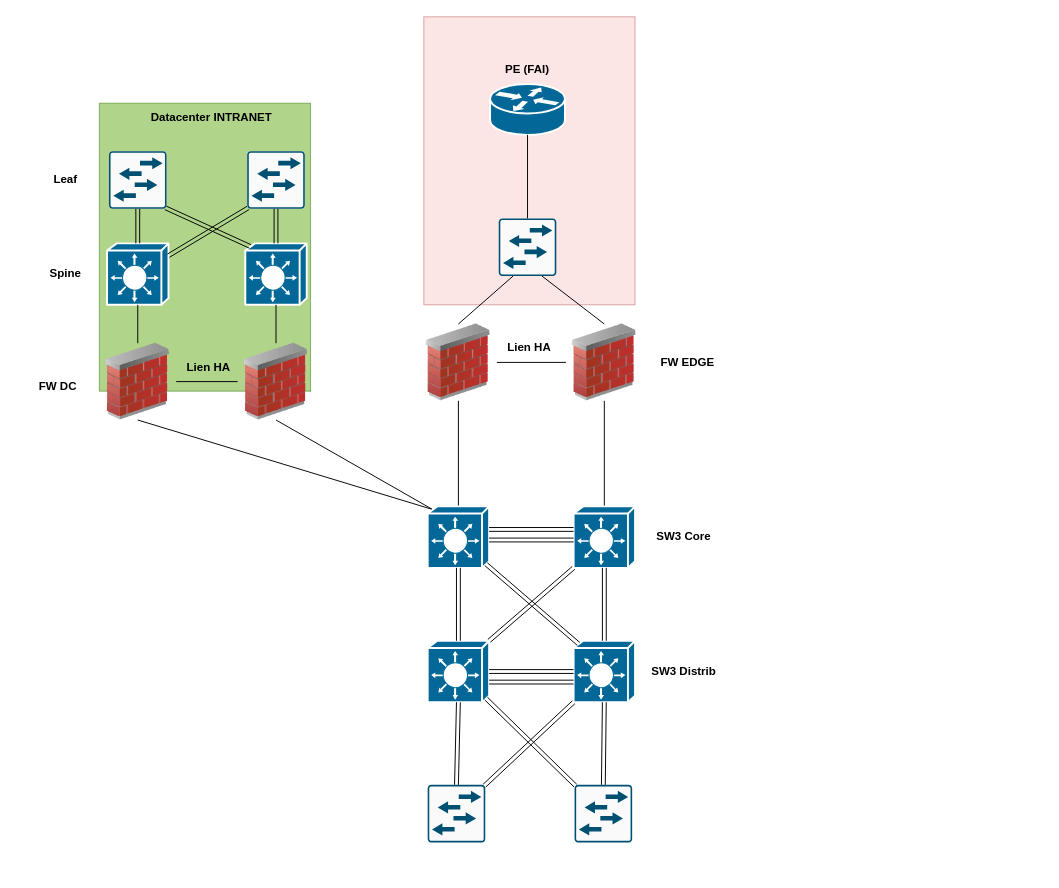
Before: page "Cas simple" (2 of 3) of ARCHI.drawio in egoMasa/HomeLab, a draw.io diagram. Source tidied: cells renumbered, new cells numbered last; positions are measured from the earlier drawing's top-left corner, leaving out a move shared by most shapes. Both pictures are drawn from the tidied source at 96%, with x=0, y=0 at pixel (16, 16).
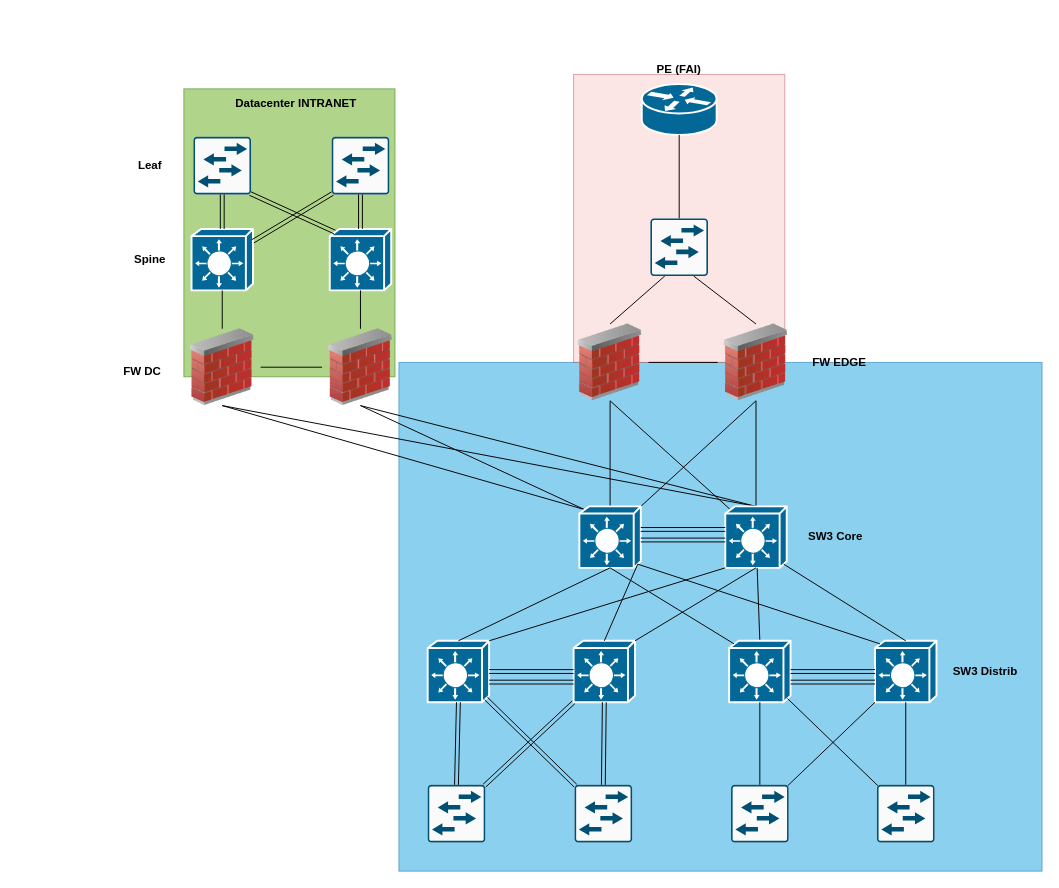
After the change.

Commit message (it also covers changes not shown here):
Mettre à jour ARCHI.drawio

Unchanged cells that the change refers to:
```xml
<mxCell id="18" style="shape=mxgraph.cisco.switches.layer_3_switch;sketch=0;html=1;dashed=0;fillColor=#036897;strokeColor=#ffffff;strokeWidth=2;verticalLabelPosition=bottom;verticalAlign=top;align=center;outlineConnect=0;" parent="1" vertex="1">
  <mxGeometry x="428" y="650" width="64" height="64" as="geometry" />
</mxCell>
<mxCell id="19" style="shape=mxgraph.cisco.switches.layer_3_switch;sketch=0;html=1;dashed=0;fillColor=#036897;strokeColor=#ffffff;strokeWidth=2;verticalLabelPosition=bottom;verticalAlign=top;align=center;outlineConnect=0;" parent="1" vertex="1">
  <mxGeometry x="580" y="650" width="64" height="64" as="geometry" />
</mxCell>
```

Diff of the diagram source:
```diff
@@
+    <mxCell id="57" style="whiteSpace=wrap;html=1;fillColor=#1ba1e2;strokeColor=#006EAF;opacity=50;fontColor=#ffffff;" parent="1" vertex="1">
+      <mxGeometry x="398" y="360" width="670" height="530" as="geometry" />
+    </mxCell>
     <mxCell id="2" style="whiteSpace=wrap;html=1;fillColor=#60a917;strokeColor=#2D7600;opacity=50;fontColor=#ffffff;" parent="1" vertex="1">
-      <mxGeometry x="86" y="90" width="220" height="300" as="geometry" />
+      <mxGeometry x="174" y="75" width="220" height="300" as="geometry" />
     </mxCell>
     <mxCell id="3" style="whiteSpace=wrap;html=1;fillColor=#f8cecc;strokeColor=#b85450;opacity=50;" parent="1" vertex="1">
-      <mxGeometry x="424" width="220" height="300" as="geometry" />
+      <mxGeometry x="580" y="60" width="220" height="300" as="geometry" />
     </mxCell>
     <mxCell id="4" style="image;html=1;image=img/lib/clip_art/networking/Firewall_02_128x128.png;" parent="1" vertex="1">
-      <mxGeometry x="420" y="320" width="80" height="80" as="geometry" />
+      <mxGeometry x="578" y="320" width="80" height="80" as="geometry" />
     </mxCell>
     <mxCell id="5" style="shape=mxgraph.cisco.routers.router;sketch=0;html=1;dashed=0;fillColor=#036897;strokeColor=#ffffff;strokeWidth=2;verticalLabelPosition=bottom;verticalAlign=top;align=center;outlineConnect=0;" parent="1" vertex="1">
-      <mxGeometry x="493" y="70" width="78" height="53" as="geometry" />
+      <mxGeometry x="651" y="70" width="78" height="53" as="geometry" />
     </mxCell>
@@
+    <mxCell id="58" style="rounded=0;jettySize=auto;html=1;exitX=1;exitY=0;exitDx=0;exitDy=0;exitPerimeter=0;endArrow=none;endFill=0;" parent="1" edge="1" source="9">
+      <mxGeometry relative="1" as="geometry">
+        <mxPoint x="770" y="400" as="targetPoint" />
+      </mxGeometry>
+    </mxCell>
     <mxCell id="9" style="shape=mxgraph.cisco.switches.layer_3_switch;sketch=0;html=1;dashed=0;fillColor=#036897;strokeColor=#ffffff;strokeWidth=2;verticalLabelPosition=bottom;verticalAlign=top;align=center;outlineConnect=0;" parent="1" vertex="1">
-      <mxGeometry x="428" y="510" width="64" height="64" as="geometry" />
+      <mxGeometry x="586" y="510" width="64" height="64" as="geometry" />
     </mxCell>
@@
+    <mxCell id="59" style="rounded=0;jettySize=auto;html=1;exitX=0.08;exitY=0.05;exitDx=0;exitDy=0;exitPerimeter=0;entryX=0.5;entryY=1;entryDx=0;entryDy=0;endArrow=none;endFill=0;" parent="1" edge="1" source="11" target="4">
+      <mxGeometry relative="1" as="geometry" />
+    </mxCell>
+    <mxCell id="60" style="rounded=0;jettySize=auto;html=1;exitX=0.5;exitY=0;exitDx=0;exitDy=0;exitPerimeter=0;entryX=0.5;entryY=1;entryDx=0;entryDy=0;endArrow=none;endFill=0;" parent="1" edge="1" source="11" target="49">
+      <mxGeometry relative="1" as="geometry" />
+    </mxCell>
+    <mxCell id="61" style="rounded=0;jettySize=auto;html=1;exitX=0.5;exitY=0;exitDx=0;exitDy=0;exitPerimeter=0;entryX=0.5;entryY=1;entryDx=0;entryDy=0;endArrow=none;endFill=0;" parent="1" edge="1" source="11" target="51">
+      <mxGeometry relative="1" as="geometry" />
+    </mxCell>
     <mxCell id="11" style="shape=mxgraph.cisco.switches.layer_3_switch;sketch=0;html=1;dashed=0;fillColor=#036897;strokeColor=#ffffff;strokeWidth=2;verticalLabelPosition=bottom;verticalAlign=top;align=center;outlineConnect=0;" parent="1" vertex="1">
-      <mxGeometry x="580" y="510" width="64" height="64" as="geometry" />
+      <mxGeometry x="738" y="510" width="64" height="64" as="geometry" />
     </mxCell>
@@
     <mxCell id="15" style="image;html=1;image=img/lib/clip_art/networking/Firewall_02_128x128.png;" parent="1" vertex="1">
-      <mxGeometry x="572" y="320" width="80" height="80" as="geometry" />
+      <mxGeometry x="730" y="320" width="80" height="80" as="geometry" />
     </mxCell>
     <mxCell id="16" value="PE (FAI)" style="text;strokeColor=none;align=center;fillColor=none;html=1;verticalAlign=middle;whiteSpace=wrap;rounded=0;fontStyle=1;" parent="1" vertex="1">
-      <mxGeometry x="502" y="40" width="60" height="30" as="geometry" />
+      <mxGeometry x="660" y="40" width="60" height="30" as="geometry" />
     </mxCell>
     <mxCell id="17" style="edgeStyle=orthogonalEdgeStyle;rounded=0;orthogonalLoop=1;jettySize=auto;html=1;exitX=1;exitY=0.5;exitDx=0;exitDy=0;exitPerimeter=0;entryX=0;entryY=0.5;entryDx=0;entryDy=0;entryPerimeter=0;endArrow=none;endFill=0;shape=link;" parent="1" edge="1">
       <mxGeometry relative="1" as="geometry">
-        <mxPoint x="492" y="545" as="sourcePoint" />
-        <mxPoint x="580" y="545" as="targetPoint" />
+        <mxPoint x="650" y="545" as="sourcePoint" />
+        <mxPoint x="738" y="545" as="targetPoint" />
       </mxGeometry>
     </mxCell>
@@
     <mxCell id="23" style="sketch=0;points=[[0.015,0.015,0],[0.985,0.015,0],[0.985,0.985,0],[0.015,0.985,0],[0.25,0,0],[0.5,0,0],[0.75,0,0],[1,0.25,0],[1,0.5,0],[1,0.75,0],[0.75,1,0],[0.5,1,0],[0.25,1,0],[0,0.75,0],[0,0.5,0],[0,0.25,0]];verticalLabelPosition=bottom;html=1;verticalAlign=top;align=center;shape=mxgraph.cisco19.rect;prIcon=l2_switch;fillColor=#FAFAFA;strokeColor=#005073;" parent="1" vertex="1">
-      <mxGeometry x="502" y="210" width="60" height="60" as="geometry" />
+      <mxGeometry x="660" y="210" width="60" height="60" as="geometry" />
     </mxCell>
-    <mxCell id="24" value="Lien HA" style="text;strokeColor=none;align=center;fillColor=none;html=1;verticalAlign=middle;whiteSpace=wrap;rounded=0;fontStyle=1;" parent="1" vertex="1">
-      <mxGeometry x="504" y="330" width="60" height="30" as="geometry" />
-    </mxCell>
     <mxCell id="25" style="edgeStyle=orthogonalEdgeStyle;rounded=0;orthogonalLoop=1;jettySize=auto;html=1;exitX=1;exitY=0.5;exitDx=0;exitDy=0;exitPerimeter=0;entryX=0;entryY=0.5;entryDx=0;entryDy=0;entryPerimeter=0;endArrow=none;endFill=0;shape=link;" parent="1" edge="1">
       <mxGeometry relative="1" as="geometry">
-        <mxPoint x="492" y="534" as="sourcePoint" />
-        <mxPoint x="580" y="534" as="targetPoint" />
+        <mxPoint x="650" y="534" as="sourcePoint" />
+        <mxPoint x="738" y="534" as="targetPoint" />
       </mxGeometry>
     </mxCell>
-    <mxCell id="26" style="edgeStyle=orthogonalEdgeStyle;rounded=0;jettySize=auto;html=1;exitX=0.5;exitY=0;exitDx=0;exitDy=0;exitPerimeter=0;entryX=0.5;entryY=1;entryDx=0;entryDy=0;entryPerimeter=0;endArrow=none;endFill=0;shape=link;" parent="1" edge="1" source="18" target="9">
+    <mxCell id="26" style="rounded=0;jettySize=auto;html=1;exitX=0.5;exitY=0;exitDx=0;exitDy=0;exitPerimeter=0;entryX=0.5;entryY=1;entryDx=0;entryDy=0;entryPerimeter=0;endArrow=none;endFill=0;" parent="1" edge="1" source="18" target="9">
       <mxGeometry relative="1" as="geometry" />
     </mxCell>
-    <mxCell id="27" style="rounded=0;jettySize=auto;html=1;exitX=1;exitY=0;exitDx=0;exitDy=0;exitPerimeter=0;entryX=0;entryY=1;entryDx=0;entryDy=0;entryPerimeter=0;shape=link;" parent="1" edge="1" source="18" target="11">
+    <mxCell id="27" style="rounded=0;jettySize=auto;html=1;exitX=1;exitY=0;exitDx=0;exitDy=0;exitPerimeter=0;entryX=0;entryY=1;entryDx=0;entryDy=0;entryPerimeter=0;endArrow=none;endFill=0;" parent="1" edge="1" source="18" target="11">
       <mxGeometry relative="1" as="geometry" />
     </mxCell>
-    <mxCell id="28" style="rounded=0;jettySize=auto;html=1;exitX=0.08;exitY=0.05;exitDx=0;exitDy=0;exitPerimeter=0;entryX=0.95;entryY=0.94;entryDx=0;entryDy=0;entryPerimeter=0;shape=link;" parent="1" edge="1" source="19" target="9">
+    <mxCell id="28" style="rounded=0;jettySize=auto;html=1;exitX=0.5;exitY=0;exitDx=0;exitDy=0;exitPerimeter=0;entryX=0.95;entryY=0.94;entryDx=0;entryDy=0;entryPerimeter=0;endArrow=none;endFill=0;" parent="1" edge="1" source="19" target="9">
       <mxGeometry relative="1" as="geometry" />
     </mxCell>
-    <mxCell id="29" style="rounded=0;jettySize=auto;html=1;exitX=0.5;exitY=0;exitDx=0;exitDy=0;exitPerimeter=0;entryX=0.5;entryY=1;entryDx=0;entryDy=0;entryPerimeter=0;shape=link;" parent="1" edge="1" source="19" target="11">
+    <mxCell id="29" style="rounded=0;jettySize=auto;html=1;exitX=1;exitY=0;exitDx=0;exitDy=0;exitPerimeter=0;entryX=0.5;entryY=1;entryDx=0;entryDy=0;entryPerimeter=0;endArrow=none;endFill=0;" parent="1" edge="1" source="19" target="11">
       <mxGeometry relative="1" as="geometry" />
     </mxCell>
     <mxCell id="30" value="SW3 Core" style="text;strokeColor=none;align=center;fillColor=none;html=1;verticalAlign=middle;whiteSpace=wrap;rounded=0;fontStyle=1;" parent="1" vertex="1">
-      <mxGeometry x="652" y="527" width="86" height="30" as="geometry" />
+      <mxGeometry x="810" y="527" width="86" height="30" as="geometry" />
     </mxCell>
-    <mxCell id="31" value="SW3 Distrib" style="text;strokeColor=none;align=center;fillColor=none;html=1;verticalAlign=middle;whiteSpace=wrap;rounded=0;fontStyle=1;" parent="1" vertex="1">
-      <mxGeometry x="652" y="667" width="86" height="30" as="geometry" />
-    </mxCell>
@@
     <mxCell id="37" value="FW EDGE" style="text;strokeColor=none;align=center;fillColor=none;html=1;verticalAlign=middle;whiteSpace=wrap;rounded=0;fontStyle=1;" parent="1" vertex="1">
-      <mxGeometry x="656" y="345" width="86" height="30" as="geometry" />
+      <mxGeometry x="814" y="345" width="86" height="30" as="geometry" />
     </mxCell>
     <mxCell id="38" style="shape=mxgraph.cisco.switches.layer_3_switch;sketch=0;html=1;dashed=0;fillColor=#036897;strokeColor=#ffffff;strokeWidth=2;verticalLabelPosition=bottom;verticalAlign=top;align=center;outlineConnect=0;" parent="1" vertex="1">
-      <mxGeometry x="94" y="236" width="64" height="64" as="geometry" />
+      <mxGeometry x="182" y="221" width="64" height="64" as="geometry" />
     </mxCell>
     <mxCell id="39" style="shape=mxgraph.cisco.switches.layer_3_switch;sketch=0;html=1;dashed=0;fillColor=#036897;strokeColor=#ffffff;strokeWidth=2;verticalLabelPosition=bottom;verticalAlign=top;align=center;outlineConnect=0;" parent="1" vertex="1">
-      <mxGeometry x="238" y="236" width="64" height="64" as="geometry" />
+      <mxGeometry x="326" y="221" width="64" height="64" as="geometry" />
     </mxCell>
     <mxCell id="40" style="sketch=0;points=[[0.015,0.015,0],[0.985,0.015,0],[0.985,0.985,0],[0.015,0.985,0],[0.25,0,0],[0.5,0,0],[0.75,0,0],[1,0.25,0],[1,0.5,0],[1,0.75,0],[0.75,1,0],[0.5,1,0],[0.25,1,0],[0,0.75,0],[0,0.5,0],[0,0.25,0]];verticalLabelPosition=bottom;html=1;verticalAlign=top;align=center;shape=mxgraph.cisco19.rect;prIcon=l2_switch;fillColor=#FAFAFA;strokeColor=#005073;" parent="1" vertex="1">
-      <mxGeometry x="240" y="140" width="60" height="60" as="geometry" />
+      <mxGeometry x="328" y="125" width="60" height="60" as="geometry" />
     </mxCell>
     <mxCell id="41" style="sketch=0;points=[[0.015,0.015,0],[0.985,0.015,0],[0.985,0.985,0],[0.015,0.985,0],[0.25,0,0],[0.5,0,0],[0.75,0,0],[1,0.25,0],[1,0.5,0],[1,0.75,0],[0.75,1,0],[0.5,1,0],[0.25,1,0],[0,0.75,0],[0,0.5,0],[0,0.25,0]];verticalLabelPosition=bottom;html=1;verticalAlign=top;align=center;shape=mxgraph.cisco19.rect;prIcon=l2_switch;fillColor=#FAFAFA;strokeColor=#005073;" parent="1" vertex="1">
-      <mxGeometry x="96" y="140" width="60" height="60" as="geometry" />
+      <mxGeometry x="184" y="125" width="60" height="60" as="geometry" />
     </mxCell>
@@
     <mxCell id="46" value="Datacenter INTRANET" style="text;strokeColor=none;align=center;fillColor=none;html=1;verticalAlign=middle;whiteSpace=wrap;rounded=0;fontStyle=1;" parent="1" vertex="1">
-      <mxGeometry x="133" y="90" width="140" height="30" as="geometry" />
+      <mxGeometry x="221" y="75" width="140" height="30" as="geometry" />
     </mxCell>
     <mxCell id="47" value="Spine" style="text;strokeColor=none;align=center;fillColor=none;html=1;verticalAlign=middle;whiteSpace=wrap;rounded=0;fontStyle=1;" parent="1" vertex="1">
-      <mxGeometry x="8" y="253" width="86" height="30" as="geometry" />
+      <mxGeometry x="96" y="238" width="86" height="30" as="geometry" />
     </mxCell>
     <mxCell id="48" value="Leaf" style="text;strokeColor=none;align=center;fillColor=none;html=1;verticalAlign=middle;whiteSpace=wrap;rounded=0;fontStyle=1;" parent="1" vertex="1">
-      <mxGeometry x="8" y="155" width="86" height="30" as="geometry" />
+      <mxGeometry x="96" y="140" width="86" height="30" as="geometry" />
     </mxCell>
     <mxCell id="49" style="image;html=1;image=img/lib/clip_art/networking/Firewall_02_128x128.png;" parent="1" vertex="1">
-      <mxGeometry x="86" y="340" width="80" height="80" as="geometry" />
+      <mxGeometry x="174" y="325" width="80" height="80" as="geometry" />
     </mxCell>
@@
     <mxCell id="51" style="image;html=1;image=img/lib/clip_art/networking/Firewall_02_128x128.png;" parent="1" vertex="1">
-      <mxGeometry x="230" y="340" width="80" height="80" as="geometry" />
+      <mxGeometry x="318" y="325" width="80" height="80" as="geometry" />
     </mxCell>
-    <mxCell id="52" value="Lien HA" style="text;strokeColor=none;align=center;fillColor=none;html=1;verticalAlign=middle;whiteSpace=wrap;rounded=0;fontStyle=1;" parent="1" vertex="1">
-      <mxGeometry x="170" y="350" width="60" height="30" as="geometry" />
-    </mxCell>
@@
     <mxCell id="56" value="FW DC" style="text;strokeColor=none;align=center;fillColor=none;html=1;verticalAlign=middle;whiteSpace=wrap;rounded=0;fontStyle=1;" parent="1" vertex="1">
-      <mxGeometry y="370" width="86" height="30" as="geometry" />
+      <mxGeometry x="88" y="355" width="86" height="30" as="geometry" />
     </mxCell>
+    <mxCell id="62" style="rounded=0;jettySize=auto;html=1;exitX=0.5;exitY=0;exitDx=0;exitDy=0;exitPerimeter=0;endArrow=none;endFill=0;" parent="1" edge="1" source="63" target="11">
+      <mxGeometry relative="1" as="geometry" />
+    </mxCell>
+    <mxCell id="63" style="shape=mxgraph.cisco.switches.layer_3_switch;sketch=0;html=1;dashed=0;fillColor=#036897;strokeColor=#ffffff;strokeWidth=2;verticalLabelPosition=bottom;verticalAlign=top;align=center;outlineConnect=0;" parent="1" vertex="1">
+      <mxGeometry x="742" y="650" width="64" height="64" as="geometry" />
+    </mxCell>
+    <mxCell id="64" style="shape=mxgraph.cisco.switches.layer_3_switch;sketch=0;html=1;dashed=0;fillColor=#036897;strokeColor=#ffffff;strokeWidth=2;verticalLabelPosition=bottom;verticalAlign=top;align=center;outlineConnect=0;" parent="1" vertex="1">
+      <mxGeometry x="894" y="650" width="64" height="64" as="geometry" />
+    </mxCell>
+    <mxCell id="65" style="edgeStyle=orthogonalEdgeStyle;rounded=0;jettySize=auto;html=1;exitX=1;exitY=0.5;exitDx=0;exitDy=0;exitPerimeter=0;entryX=0;entryY=0.5;entryDx=0;entryDy=0;entryPerimeter=0;endArrow=none;endFill=0;shape=link;" parent="1" edge="1" source="63" target="64">
+      <mxGeometry relative="1" as="geometry" />
+    </mxCell>
+    <mxCell id="31" value="SW3 Distrib" style="text;strokeColor=none;align=center;fillColor=none;html=1;verticalAlign=middle;whiteSpace=wrap;rounded=0;fontStyle=1;" parent="1" vertex="1">
+      <mxGeometry x="966" y="667" width="86" height="30" as="geometry" />
+    </mxCell>
+    <mxCell id="66" style="edgeStyle=orthogonalEdgeStyle;rounded=0;orthogonalLoop=1;jettySize=auto;html=1;exitX=1;exitY=0.5;exitDx=0;exitDy=0;exitPerimeter=0;entryX=0;entryY=0.5;entryDx=0;entryDy=0;entryPerimeter=0;endArrow=none;endFill=0;shape=link;" parent="1" edge="1">
+      <mxGeometry relative="1" as="geometry">
+        <mxPoint x="806" y="693" as="sourcePoint" />
+        <mxPoint x="894" y="693" as="targetPoint" />
+      </mxGeometry>
+    </mxCell>
+    <mxCell id="67" style="rounded=0;jettySize=auto;html=1;exitX=0.08;exitY=0.05;exitDx=0;exitDy=0;exitPerimeter=0;entryX=0.5;entryY=1;entryDx=0;entryDy=0;entryPerimeter=0;endArrow=none;endFill=0;" parent="1" edge="1" source="63" target="9">
+      <mxGeometry relative="1" as="geometry" />
+    </mxCell>
+    <mxCell id="68" style="rounded=0;jettySize=auto;html=1;exitX=0.08;exitY=0.05;exitDx=0;exitDy=0;exitPerimeter=0;entryX=0.95;entryY=0.94;entryDx=0;entryDy=0;entryPerimeter=0;endArrow=none;endFill=0;" parent="1" edge="1" source="64" target="9">
+      <mxGeometry relative="1" as="geometry" />
+    </mxCell>
+    <mxCell id="69" style="rounded=0;jettySize=auto;html=1;exitX=0.5;exitY=0;exitDx=0;exitDy=0;exitPerimeter=0;entryX=0.95;entryY=0.94;entryDx=0;entryDy=0;entryPerimeter=0;endArrow=none;endFill=0;" parent="1" edge="1" source="64" target="11">
+      <mxGeometry relative="1" as="geometry" />
+    </mxCell>
+    <mxCell id="70" style="sketch=0;points=[[0.015,0.015,0],[0.985,0.015,0],[0.985,0.985,0],[0.015,0.985,0],[0.25,0,0],[0.5,0,0],[0.75,0,0],[1,0.25,0],[1,0.5,0],[1,0.75,0],[0.75,1,0],[0.5,1,0],[0.25,1,0],[0,0.75,0],[0,0.5,0],[0,0.25,0]];verticalLabelPosition=bottom;html=1;verticalAlign=top;align=center;shape=mxgraph.cisco19.rect;prIcon=l2_switch;fillColor=#FAFAFA;strokeColor=#005073;" parent="1" vertex="1">
+      <mxGeometry x="744" y="800" width="60" height="60" as="geometry" />
+    </mxCell>
+    <mxCell id="71" style="sketch=0;points=[[0.015,0.015,0],[0.985,0.015,0],[0.985,0.985,0],[0.015,0.985,0],[0.25,0,0],[0.5,0,0],[0.75,0,0],[1,0.25,0],[1,0.5,0],[1,0.75,0],[0.75,1,0],[0.5,1,0],[0.25,1,0],[0,0.75,0],[0,0.5,0],[0,0.25,0]];verticalLabelPosition=bottom;html=1;verticalAlign=top;align=center;shape=mxgraph.cisco19.rect;prIcon=l2_switch;fillColor=#FAFAFA;strokeColor=#005073;" parent="1" vertex="1">
+      <mxGeometry x="896" y="800" width="60" height="60" as="geometry" />
+    </mxCell>
+    <mxCell id="72" style="edgeStyle=orthogonalEdgeStyle;rounded=0;jettySize=auto;html=1;exitX=0.5;exitY=1;exitDx=0;exitDy=0;exitPerimeter=0;entryX=0.5;entryY=0;entryDx=0;entryDy=0;entryPerimeter=0;endArrow=none;endFill=0;" parent="1" edge="1" source="63" target="70">
+      <mxGeometry relative="1" as="geometry" />
+    </mxCell>
+    <mxCell id="73" style="edgeStyle=orthogonalEdgeStyle;rounded=0;jettySize=auto;html=1;exitX=0.5;exitY=1;exitDx=0;exitDy=0;exitPerimeter=0;entryX=0.5;entryY=0;entryDx=0;entryDy=0;entryPerimeter=0;endArrow=none;endFill=0;" parent="1" edge="1" source="64" target="71">
+      <mxGeometry relative="1" as="geometry" />
+    </mxCell>
+    <mxCell id="74" style="rounded=0;jettySize=auto;html=1;exitX=0.985;exitY=0.015;exitDx=0;exitDy=0;exitPerimeter=0;entryX=0;entryY=1;entryDx=0;entryDy=0;entryPerimeter=0;endArrow=none;endFill=0;" parent="1" edge="1" source="70" target="64">
+      <mxGeometry relative="1" as="geometry" />
+    </mxCell>
+    <mxCell id="75" style="rounded=0;jettySize=auto;html=1;exitX=0.015;exitY=0.015;exitDx=0;exitDy=0;exitPerimeter=0;entryX=0.95;entryY=0.94;entryDx=0;entryDy=0;entryPerimeter=0;endArrow=none;endFill=0;" parent="1" edge="1" source="71" target="63">
+      <mxGeometry relative="1" as="geometry" />
+    </mxCell>
```
